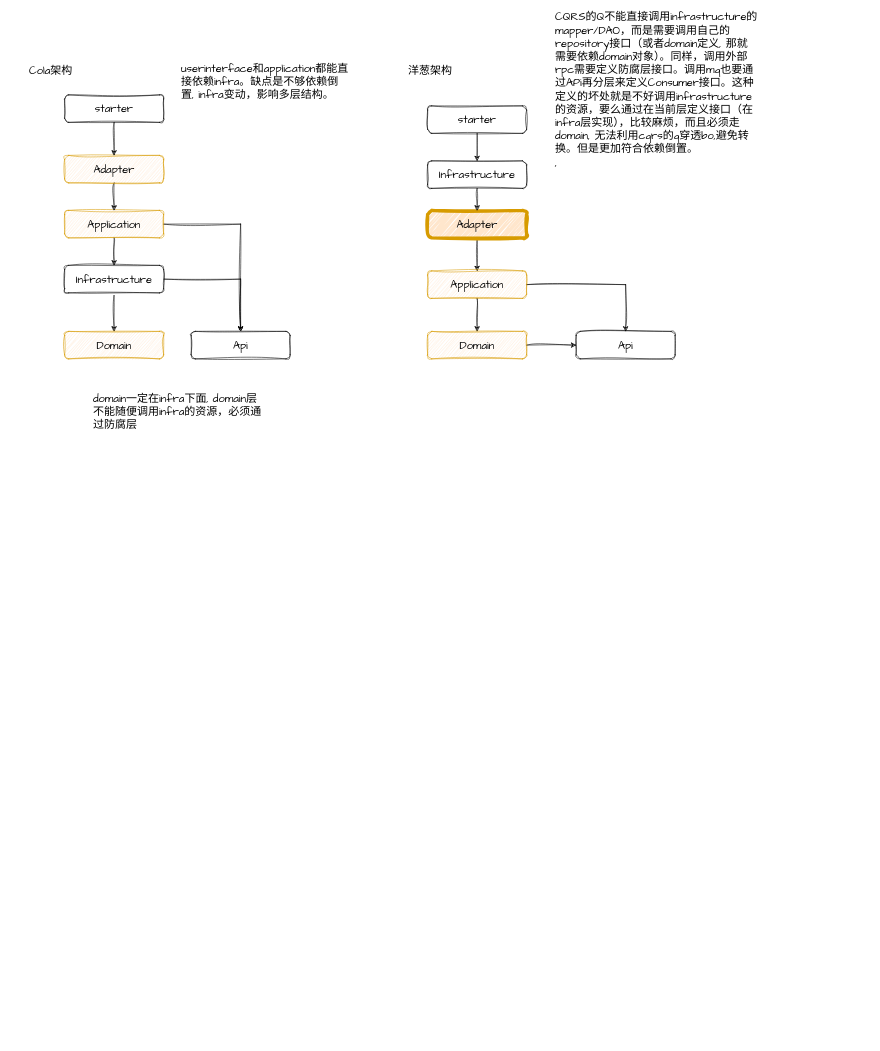
chad0204/ddd keeps this draw.io diagram as doc/uml.drawio. Above is the earlier version. Source tidied: cells renumbered, new cells numbered last; positions are measured from the earlier drawing's top-left corner, leaving out a move shared by most shapes. Both pictures are drawn from the tidied source at 55%, with x=0, y=0 at pixel (9, 56).
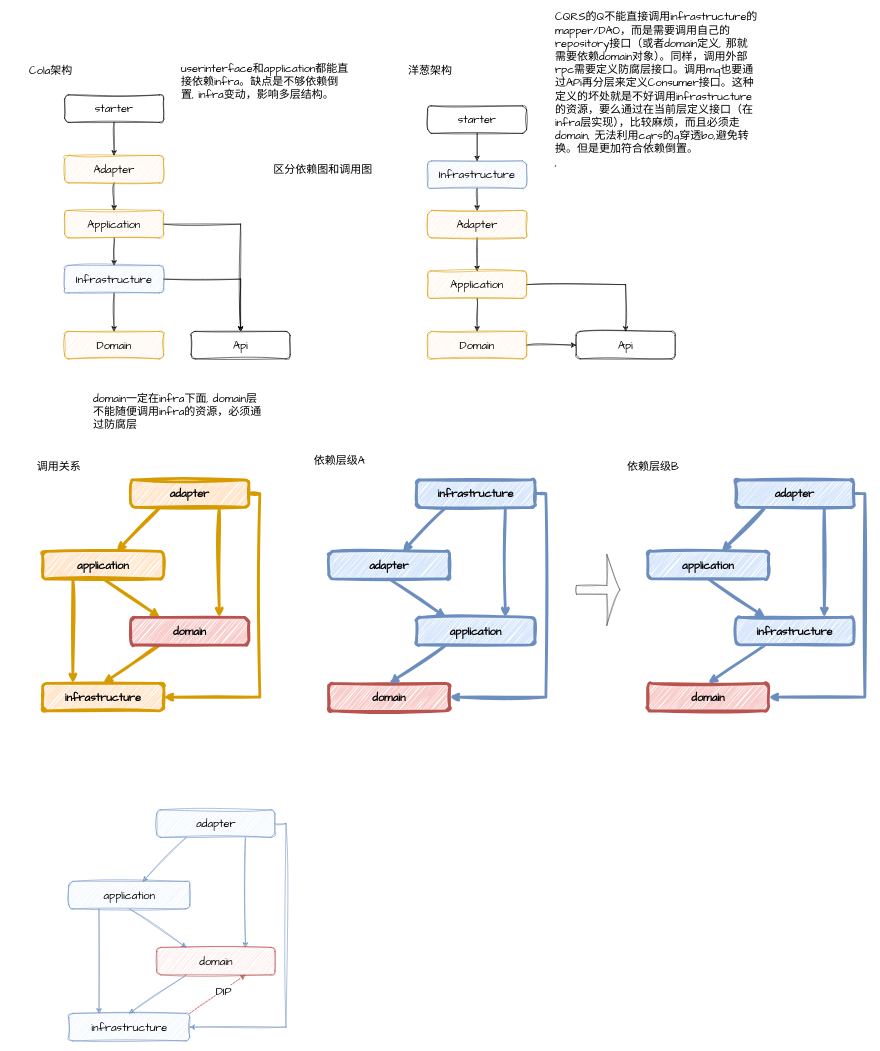
After the change.

Diff of the diagram source:
```diff
@@
-    <mxCell id="9" value="Infrastructure" style="rounded=1;whiteSpace=wrap;html=1;sketch=1;hachureGap=4;jiggle=2;curveFitting=1;fontFamily=Architects Daughter;fontSize=20;" parent="1" vertex="1">
+    <mxCell id="9" value="Infrastructure" style="rounded=1;whiteSpace=wrap;html=1;sketch=1;hachureGap=4;jiggle=2;curveFitting=1;fontFamily=Architects Daughter;fontSize=20;fillColor=#dae8fc;strokeColor=#6c8ebf;" parent="1" vertex="1">
       <mxGeometry x="100" y="380" width="180" height="50" as="geometry" />
     </mxCell>
@@
-    <mxCell id="12" value="Adapter" style="rounded=1;whiteSpace=wrap;html=1;sketch=1;hachureGap=4;jiggle=2;curveFitting=1;fontFamily=Architects Daughter;fontSize=20;fillColor=#ffe6cc;strokeColor=#d79b00;strokeWidth=6;" parent="1" vertex="1">
+    <mxCell id="12" value="Adapter" style="rounded=1;whiteSpace=wrap;html=1;sketch=1;hachureGap=4;jiggle=2;curveFitting=1;fontFamily=Architects Daughter;fontSize=20;fillColor=#ffe6cc;strokeColor=#d79b00;strokeWidth=1;" parent="1" vertex="1">
       <mxGeometry x="760" y="280" width="180" height="50" as="geometry" />
     </mxCell>
@@
-    <mxCell id="17" value="Infrastructure" style="rounded=1;whiteSpace=wrap;html=1;sketch=1;hachureGap=4;jiggle=2;curveFitting=1;fontFamily=Architects Daughter;fontSize=20;" parent="1" vertex="1">
+    <mxCell id="17" value="Infrastructure" style="rounded=1;whiteSpace=wrap;html=1;sketch=1;hachureGap=4;jiggle=2;curveFitting=1;fontFamily=Architects Daughter;fontSize=20;fillColor=#dae8fc;strokeColor=#6c8ebf;" parent="1" vertex="1">
       <mxGeometry x="760" y="190" width="180" height="50" as="geometry" />
     </mxCell>
@@
+    <mxCell id="31" value="区分依赖图和调用图" style="text;html=1;strokeColor=none;fillColor=none;align=center;verticalAlign=middle;whiteSpace=wrap;rounded=0;fontSize=20;fontFamily=Architects Daughter;" parent="1" vertex="1">
+      <mxGeometry x="460" y="190" width="220" height="30" as="geometry" />
+    </mxCell>
+    <mxCell id="32" value="infrastructure" style="rounded=1;whiteSpace=wrap;html=1;sketch=1;hachureGap=4;jiggle=2;curveFitting=1;fontFamily=Architects Daughter;fontSize=20;fillColor=#ffe6cc;strokeColor=#d79b00;strokeWidth=5;fontStyle=1;" parent="1" vertex="1">
+      <mxGeometry x="60" y="1140" width="220" height="50" as="geometry" />
+    </mxCell>
+    <mxCell id="33" style="rounded=0;sketch=1;hachureGap=4;jiggle=2;curveFitting=1;jettySize=auto;html=1;exitX=0.25;exitY=1;exitDx=0;exitDy=0;fontFamily=Architects Daughter;fontSize=16;fillColor=#ffe6cc;strokeColor=#d79b00;strokeWidth=5;fontStyle=1;" parent="1" edge="1" source="36" target="39">
+      <mxGeometry relative="1" as="geometry" />
+    </mxCell>
+    <mxCell id="34" style="edgeStyle=orthogonalEdgeStyle;rounded=0;sketch=1;hachureGap=4;jiggle=2;curveFitting=1;jettySize=auto;html=1;exitX=1;exitY=0.5;exitDx=0;exitDy=0;entryX=1;entryY=0.5;entryDx=0;entryDy=0;fontFamily=Architects Daughter;fontSize=16;fillColor=#ffe6cc;strokeColor=#d79b00;strokeWidth=5;fontStyle=1;" parent="1" edge="1" source="36" target="32">
+      <mxGeometry relative="1" as="geometry">
+        <Array as="points">
+          <mxPoint x="455" y="795" />
+          <mxPoint x="455" y="1165" />
+        </Array>
+      </mxGeometry>
+    </mxCell>
+    <mxCell id="35" style="edgeStyle=orthogonalEdgeStyle;rounded=0;sketch=1;hachureGap=4;jiggle=2;curveFitting=1;jettySize=auto;html=1;exitX=0.75;exitY=1;exitDx=0;exitDy=0;entryX=0.75;entryY=0;entryDx=0;entryDy=0;fontFamily=Architects Daughter;fontSize=16;fillColor=#ffe6cc;strokeColor=#d79b00;strokeWidth=5;fontStyle=1;" parent="1" edge="1" source="36" target="41">
+      <mxGeometry relative="1" as="geometry" />
+    </mxCell>
+    <mxCell id="36" value="adapter" style="rounded=1;whiteSpace=wrap;html=1;sketch=1;hachureGap=4;jiggle=2;curveFitting=1;fontFamily=Architects Daughter;fontSize=20;fillColor=#ffe6cc;strokeColor=#d79b00;strokeWidth=5;fontStyle=1;" parent="1" vertex="1">
+      <mxGeometry x="220" y="770" width="215" height="50" as="geometry" />
+    </mxCell>
+    <mxCell id="37" style="rounded=0;sketch=1;hachureGap=4;jiggle=2;curveFitting=1;jettySize=auto;html=1;exitX=0.5;exitY=1;exitDx=0;exitDy=0;entryX=0.25;entryY=0;entryDx=0;entryDy=0;fontFamily=Architects Daughter;fontSize=16;fillColor=#ffe6cc;strokeColor=#d79b00;strokeWidth=5;fontStyle=1;" parent="1" edge="1" source="39" target="41">
+      <mxGeometry relative="1" as="geometry" />
+    </mxCell>
+    <mxCell id="38" style="edgeStyle=orthogonalEdgeStyle;rounded=0;sketch=1;hachureGap=4;jiggle=2;curveFitting=1;jettySize=auto;html=1;exitX=0.25;exitY=1;exitDx=0;exitDy=0;entryX=0.25;entryY=0;entryDx=0;entryDy=0;fontFamily=Architects Daughter;fontSize=16;fillColor=#ffe6cc;strokeColor=#d79b00;strokeWidth=5;fontStyle=1;" parent="1" edge="1" source="39" target="32">
+      <mxGeometry relative="1" as="geometry" />
+    </mxCell>
+    <mxCell id="39" value="application" style="rounded=1;whiteSpace=wrap;html=1;sketch=1;hachureGap=4;jiggle=2;curveFitting=1;fontFamily=Architects Daughter;fontSize=20;fillColor=#ffe6cc;strokeColor=#d79b00;strokeWidth=5;fontStyle=1;" parent="1" vertex="1">
+      <mxGeometry x="60" y="900" width="220" height="50" as="geometry" />
+    </mxCell>
+    <mxCell id="40" style="rounded=0;sketch=1;hachureGap=4;jiggle=2;curveFitting=1;jettySize=auto;html=1;exitX=0.25;exitY=1;exitDx=0;exitDy=0;entryX=0.5;entryY=0;entryDx=0;entryDy=0;fontFamily=Architects Daughter;fontSize=16;fillColor=#ffe6cc;strokeColor=#d79b00;strokeWidth=5;fontStyle=1;" parent="1" edge="1" source="41" target="32">
+      <mxGeometry relative="1" as="geometry" />
+    </mxCell>
+    <mxCell id="41" value="domain" style="rounded=1;whiteSpace=wrap;html=1;sketch=1;hachureGap=4;jiggle=2;curveFitting=1;fontFamily=Architects Daughter;fontSize=20;fillColor=#f8cecc;strokeColor=#b85450;strokeWidth=5;fontStyle=1;" parent="1" vertex="1">
+      <mxGeometry x="220" y="1020" width="215" height="50" as="geometry" />
+    </mxCell>
+    <mxCell id="42" value="domain" style="rounded=1;whiteSpace=wrap;html=1;sketch=1;hachureGap=4;jiggle=2;curveFitting=1;fontFamily=Architects Daughter;fontSize=20;fillColor=#f8cecc;strokeColor=#b85450;strokeWidth=5;fontStyle=1;" parent="1" vertex="1">
+      <mxGeometry x="580" y="1140" width="220" height="50" as="geometry" />
+    </mxCell>
+    <mxCell id="43" style="rounded=0;sketch=1;hachureGap=4;jiggle=2;curveFitting=1;jettySize=auto;html=1;exitX=0.25;exitY=1;exitDx=0;exitDy=0;fontFamily=Architects Daughter;fontSize=16;fillColor=#dae8fc;strokeColor=#6c8ebf;strokeWidth=5;fontStyle=1;" parent="1" edge="1" source="46" target="48">
+      <mxGeometry relative="1" as="geometry" />
+    </mxCell>
+    <mxCell id="44" style="edgeStyle=orthogonalEdgeStyle;rounded=0;sketch=1;hachureGap=4;jiggle=2;curveFitting=1;jettySize=auto;html=1;exitX=1;exitY=0.5;exitDx=0;exitDy=0;entryX=1;entryY=0.5;entryDx=0;entryDy=0;fontFamily=Architects Daughter;fontSize=16;fillColor=#dae8fc;strokeColor=#6c8ebf;strokeWidth=5;fontStyle=1;" parent="1" edge="1" source="46" target="42">
+      <mxGeometry relative="1" as="geometry">
+        <Array as="points">
+          <mxPoint x="975" y="795" />
+          <mxPoint x="975" y="1165" />
+        </Array>
+      </mxGeometry>
+    </mxCell>
+    <mxCell id="45" style="edgeStyle=orthogonalEdgeStyle;rounded=0;sketch=1;hachureGap=4;jiggle=2;curveFitting=1;jettySize=auto;html=1;exitX=0.75;exitY=1;exitDx=0;exitDy=0;entryX=0.75;entryY=0;entryDx=0;entryDy=0;fontFamily=Architects Daughter;fontSize=16;fillColor=#dae8fc;strokeColor=#6c8ebf;strokeWidth=5;fontStyle=1;" parent="1" edge="1" source="46" target="50">
+      <mxGeometry relative="1" as="geometry" />
+    </mxCell>
+    <mxCell id="46" value="infrastructure" style="rounded=1;whiteSpace=wrap;html=1;sketch=1;hachureGap=4;jiggle=2;curveFitting=1;fontFamily=Architects Daughter;fontSize=20;fillColor=#dae8fc;strokeColor=#6c8ebf;strokeWidth=5;fontStyle=1;" parent="1" vertex="1">
+      <mxGeometry x="740" y="770" width="215" height="50" as="geometry" />
+    </mxCell>
+    <mxCell id="47" style="rounded=0;sketch=1;hachureGap=4;jiggle=2;curveFitting=1;jettySize=auto;html=1;exitX=0.5;exitY=1;exitDx=0;exitDy=0;entryX=0.25;entryY=0;entryDx=0;entryDy=0;fontFamily=Architects Daughter;fontSize=16;fillColor=#dae8fc;strokeColor=#6c8ebf;strokeWidth=5;fontStyle=1;" parent="1" edge="1" source="48" target="50">
+      <mxGeometry relative="1" as="geometry" />
+    </mxCell>
+    <mxCell id="48" value="adapter" style="rounded=1;whiteSpace=wrap;html=1;sketch=1;hachureGap=4;jiggle=2;curveFitting=1;fontFamily=Architects Daughter;fontSize=20;fillColor=#dae8fc;strokeColor=#6c8ebf;strokeWidth=5;fontStyle=1;" parent="1" vertex="1">
+      <mxGeometry x="580" y="900" width="220" height="50" as="geometry" />
+    </mxCell>
+    <mxCell id="49" style="rounded=0;sketch=1;hachureGap=4;jiggle=2;curveFitting=1;jettySize=auto;html=1;exitX=0.25;exitY=1;exitDx=0;exitDy=0;entryX=0.5;entryY=0;entryDx=0;entryDy=0;fontFamily=Architects Daughter;fontSize=16;fillColor=#dae8fc;strokeColor=#6c8ebf;strokeWidth=5;fontStyle=1;" parent="1" edge="1" source="50" target="42">
+      <mxGeometry relative="1" as="geometry" />
+    </mxCell>
+    <mxCell id="50" value="application" style="rounded=1;whiteSpace=wrap;html=1;sketch=1;hachureGap=4;jiggle=2;curveFitting=1;fontFamily=Architects Daughter;fontSize=20;fillColor=#dae8fc;strokeColor=#6c8ebf;strokeWidth=5;fontStyle=1;" parent="1" vertex="1">
+      <mxGeometry x="740" y="1020" width="215" height="50" as="geometry" />
+    </mxCell>
+    <mxCell id="51" value="domain" style="rounded=1;whiteSpace=wrap;html=1;sketch=1;hachureGap=4;jiggle=2;curveFitting=1;fontFamily=Architects Daughter;fontSize=20;fillColor=#f8cecc;strokeColor=#b85450;strokeWidth=5;fontStyle=1;" parent="1" vertex="1">
+      <mxGeometry x="1160" y="1140" width="220" height="50" as="geometry" />
+    </mxCell>
+    <mxCell id="52" style="rounded=0;sketch=1;hachureGap=4;jiggle=2;curveFitting=1;jettySize=auto;html=1;exitX=0.25;exitY=1;exitDx=0;exitDy=0;fontFamily=Architects Daughter;fontSize=16;fillColor=#dae8fc;strokeColor=#6c8ebf;strokeWidth=5;fontStyle=1;" parent="1" edge="1" source="55" target="57">
+      <mxGeometry relative="1" as="geometry" />
+    </mxCell>
+    <mxCell id="53" style="edgeStyle=orthogonalEdgeStyle;rounded=0;sketch=1;hachureGap=4;jiggle=2;curveFitting=1;jettySize=auto;html=1;exitX=1;exitY=0.5;exitDx=0;exitDy=0;entryX=1;entryY=0.5;entryDx=0;entryDy=0;fontFamily=Architects Daughter;fontSize=16;fillColor=#dae8fc;strokeColor=#6c8ebf;strokeWidth=5;fontStyle=1;" parent="1" edge="1" source="55" target="51">
+      <mxGeometry relative="1" as="geometry">
+        <Array as="points">
+          <mxPoint x="1555" y="795" />
+          <mxPoint x="1555" y="1165" />
+        </Array>
+      </mxGeometry>
+    </mxCell>
+    <mxCell id="54" style="edgeStyle=orthogonalEdgeStyle;rounded=0;sketch=1;hachureGap=4;jiggle=2;curveFitting=1;jettySize=auto;html=1;exitX=0.75;exitY=1;exitDx=0;exitDy=0;entryX=0.75;entryY=0;entryDx=0;entryDy=0;fontFamily=Architects Daughter;fontSize=16;fillColor=#dae8fc;strokeColor=#6c8ebf;strokeWidth=5;fontStyle=1;" parent="1" edge="1" source="55" target="59">
+      <mxGeometry relative="1" as="geometry" />
+    </mxCell>
+    <mxCell id="55" value="adapter" style="rounded=1;whiteSpace=wrap;html=1;sketch=1;hachureGap=4;jiggle=2;curveFitting=1;fontFamily=Architects Daughter;fontSize=20;fillColor=#dae8fc;strokeColor=#6c8ebf;strokeWidth=5;fontStyle=1;" parent="1" vertex="1">
+      <mxGeometry x="1320" y="770" width="215" height="50" as="geometry" />
+    </mxCell>
+    <mxCell id="56" style="rounded=0;sketch=1;hachureGap=4;jiggle=2;curveFitting=1;jettySize=auto;html=1;exitX=0.5;exitY=1;exitDx=0;exitDy=0;entryX=0.25;entryY=0;entryDx=0;entryDy=0;fontFamily=Architects Daughter;fontSize=16;fillColor=#dae8fc;strokeColor=#6c8ebf;strokeWidth=5;fontStyle=1;" parent="1" edge="1" source="57" target="59">
+      <mxGeometry relative="1" as="geometry" />
+    </mxCell>
+    <mxCell id="57" value="application" style="rounded=1;whiteSpace=wrap;html=1;sketch=1;hachureGap=4;jiggle=2;curveFitting=1;fontFamily=Architects Daughter;fontSize=20;fillColor=#dae8fc;strokeColor=#6c8ebf;strokeWidth=5;fontStyle=1;" parent="1" vertex="1">
+      <mxGeometry x="1160" y="900" width="220" height="50" as="geometry" />
+    </mxCell>
+    <mxCell id="58" style="rounded=0;sketch=1;hachureGap=4;jiggle=2;curveFitting=1;jettySize=auto;html=1;exitX=0.25;exitY=1;exitDx=0;exitDy=0;entryX=0.5;entryY=0;entryDx=0;entryDy=0;fontFamily=Architects Daughter;fontSize=16;fillColor=#dae8fc;strokeColor=#6c8ebf;strokeWidth=5;fontStyle=1;" parent="1" edge="1" source="59" target="51">
+      <mxGeometry relative="1" as="geometry" />
+    </mxCell>
+    <mxCell id="59" value="infrastructure" style="rounded=1;whiteSpace=wrap;html=1;sketch=1;hachureGap=4;jiggle=2;curveFitting=1;fontFamily=Architects Daughter;fontSize=20;fillColor=#dae8fc;strokeColor=#6c8ebf;strokeWidth=5;fontStyle=1;" parent="1" vertex="1">
+      <mxGeometry x="1320" y="1020" width="215" height="50" as="geometry" />
+    </mxCell>
+    <mxCell id="60" style="rounded=0;sketch=1;hachureGap=4;jiggle=2;curveFitting=1;jettySize=auto;html=1;exitX=1;exitY=0;exitDx=0;exitDy=0;entryX=0.75;entryY=1;entryDx=0;entryDy=0;fontFamily=Architects Daughter;fontSize=16;dashed=1;fillColor=#f8cecc;strokeColor=#b85450;" parent="1" edge="1" source="62" target="71">
+      <mxGeometry relative="1" as="geometry" />
+    </mxCell>
+    <mxCell id="61" value="DIP" style="edgeLabel;html=1;align=center;verticalAlign=middle;fontSize=20;fontFamily=Architects Daughter;" parent="60" vertex="1">
+      <mxGeometry x="0.18" y="-1" relative="1" as="geometry" />
+    </mxCell>
+    <mxCell id="62" value="infrastructure" style="rounded=1;whiteSpace=wrap;html=1;sketch=1;hachureGap=4;jiggle=2;curveFitting=1;fontFamily=Architects Daughter;fontSize=20;fillColor=#dae8fc;strokeColor=#6c8ebf;" parent="1" vertex="1">
+      <mxGeometry x="107.5" y="1740" width="220" height="50" as="geometry" />
+    </mxCell>
+    <mxCell id="63" style="rounded=0;sketch=1;hachureGap=4;jiggle=2;curveFitting=1;jettySize=auto;html=1;exitX=0.25;exitY=1;exitDx=0;exitDy=0;fontFamily=Architects Daughter;fontSize=16;fillColor=#dae8fc;strokeColor=#6c8ebf;" parent="1" edge="1" source="66" target="69">
+      <mxGeometry relative="1" as="geometry" />
+    </mxCell>
+    <mxCell id="64" style="edgeStyle=orthogonalEdgeStyle;rounded=0;sketch=1;hachureGap=4;jiggle=2;curveFitting=1;jettySize=auto;html=1;exitX=1;exitY=0.5;exitDx=0;exitDy=0;entryX=1;entryY=0.5;entryDx=0;entryDy=0;fontFamily=Architects Daughter;fontSize=16;fillColor=#dae8fc;strokeColor=#6c8ebf;" parent="1" edge="1" source="66" target="62">
+      <mxGeometry relative="1" as="geometry">
+        <Array as="points">
+          <mxPoint x="502.5" y="1395" />
+          <mxPoint x="502.5" y="1765" />
+        </Array>
+      </mxGeometry>
+    </mxCell>
+    <mxCell id="65" style="edgeStyle=orthogonalEdgeStyle;rounded=0;sketch=1;hachureGap=4;jiggle=2;curveFitting=1;jettySize=auto;html=1;exitX=0.75;exitY=1;exitDx=0;exitDy=0;entryX=0.75;entryY=0;entryDx=0;entryDy=0;fontFamily=Architects Daughter;fontSize=16;fillColor=#dae8fc;strokeColor=#6c8ebf;" parent="1" edge="1" source="66" target="71">
+      <mxGeometry relative="1" as="geometry" />
+    </mxCell>
+    <mxCell id="66" value="adapter" style="rounded=1;whiteSpace=wrap;html=1;sketch=1;hachureGap=4;jiggle=2;curveFitting=1;fontFamily=Architects Daughter;fontSize=20;fillColor=#dae8fc;strokeColor=#6c8ebf;" parent="1" vertex="1">
+      <mxGeometry x="267.5" y="1370" width="215" height="50" as="geometry" />
+    </mxCell>
+    <mxCell id="67" style="rounded=0;sketch=1;hachureGap=4;jiggle=2;curveFitting=1;jettySize=auto;html=1;exitX=0.5;exitY=1;exitDx=0;exitDy=0;entryX=0.25;entryY=0;entryDx=0;entryDy=0;fontFamily=Architects Daughter;fontSize=16;fillColor=#dae8fc;strokeColor=#6c8ebf;" parent="1" edge="1" source="69" target="71">
+      <mxGeometry relative="1" as="geometry" />
+    </mxCell>
+    <mxCell id="68" style="edgeStyle=orthogonalEdgeStyle;rounded=0;sketch=1;hachureGap=4;jiggle=2;curveFitting=1;jettySize=auto;html=1;exitX=0.25;exitY=1;exitDx=0;exitDy=0;entryX=0.25;entryY=0;entryDx=0;entryDy=0;fontFamily=Architects Daughter;fontSize=16;fillColor=#dae8fc;strokeColor=#6c8ebf;" parent="1" edge="1" source="69" target="62">
+      <mxGeometry relative="1" as="geometry" />
+    </mxCell>
+    <mxCell id="69" value="application" style="rounded=1;whiteSpace=wrap;html=1;sketch=1;hachureGap=4;jiggle=2;curveFitting=1;fontFamily=Architects Daughter;fontSize=20;fillColor=#dae8fc;strokeColor=#6c8ebf;" parent="1" vertex="1">
+      <mxGeometry x="107.5" y="1500" width="220" height="50" as="geometry" />
+    </mxCell>
+    <mxCell id="70" style="rounded=0;sketch=1;hachureGap=4;jiggle=2;curveFitting=1;jettySize=auto;html=1;exitX=0.25;exitY=1;exitDx=0;exitDy=0;entryX=0.5;entryY=0;entryDx=0;entryDy=0;fontFamily=Architects Daughter;fontSize=16;fillColor=#dae8fc;strokeColor=#6c8ebf;" parent="1" edge="1" source="71" target="62">
+      <mxGeometry relative="1" as="geometry" />
+    </mxCell>
+    <mxCell id="71" value="domain" style="rounded=1;whiteSpace=wrap;html=1;sketch=1;hachureGap=4;jiggle=2;curveFitting=1;fontFamily=Architects Daughter;fontSize=20;fillColor=#f8cecc;strokeColor=#b85450;" parent="1" vertex="1">
+      <mxGeometry x="267.5" y="1620" width="215" height="50" as="geometry" />
+    </mxCell>
+    <mxCell id="72" value="调用关系" style="text;html=1;align=center;verticalAlign=middle;whiteSpace=wrap;rounded=0;fontSize=20;fontFamily=Architects Daughter;" parent="1" vertex="1">
+      <mxGeometry x="30" y="730" width="120" height="30" as="geometry" />
+    </mxCell>
+    <mxCell id="73" value="依赖层级A" style="text;html=1;strokeColor=none;fillColor=none;align=center;verticalAlign=middle;whiteSpace=wrap;rounded=0;fontSize=20;fontFamily=Architects Daughter;" parent="1" vertex="1">
+      <mxGeometry x="540" y="720" width="120" height="30" as="geometry" />
+    </mxCell>
+    <mxCell id="74" value="依赖层级B" style="text;html=1;strokeColor=none;fillColor=none;align=center;verticalAlign=middle;whiteSpace=wrap;rounded=0;fontSize=20;fontFamily=Architects Daughter;" parent="1" vertex="1">
+      <mxGeometry x="1110" y="730" width="120" height="30" as="geometry" />
+    </mxCell>
+    <mxCell id="75" style="shape=flexArrow;endArrow=classic;html=1;rounded=0;sketch=1;hachureGap=4;jiggle=2;curveFitting=1;fontFamily=Architects Daughter;fontSize=16;endWidth=112;endSize=7.56;width=16;fillColor=#f5f5f5;strokeColor=#666666;" parent="1" edge="1">
+      <mxGeometry relative="1" as="geometry">
+        <mxPoint x="1030" y="970" as="sourcePoint" />
+        <mxPoint x="1110" y="970" as="targetPoint" />
+      </mxGeometry>
+    </mxCell>
```
